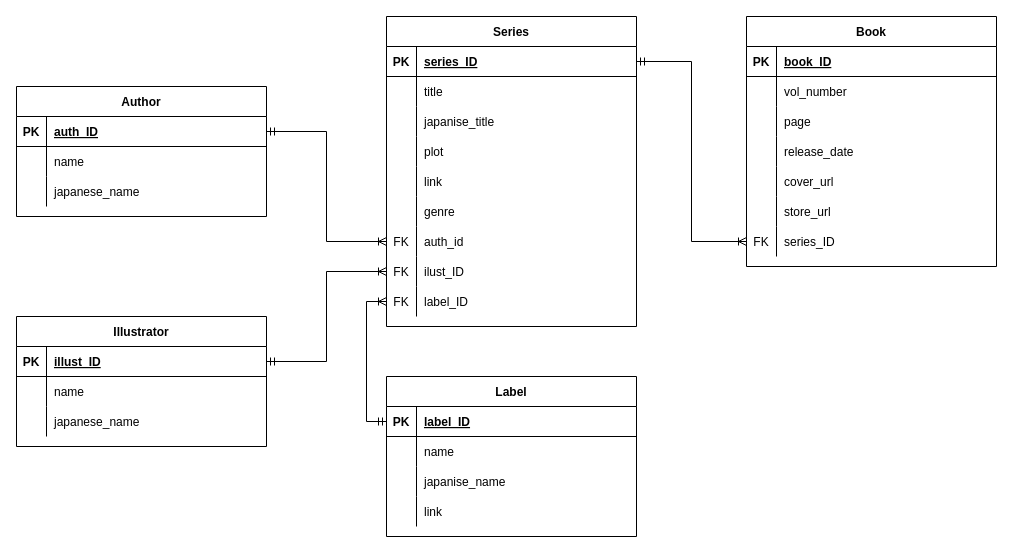
Above: page "Table" (2 of 2) of wiki/Diagrams.drawio in alvarodwi/project-datsys (draw.io), before the change. Source tidied: cells renumbered, new cells numbered last; positions are measured from the earlier drawing's top-left corner, leaving out a move shared by most shapes. Both pictures are drawn from the tidied source at 100%, with x=0, y=0 at pixel (16, 16).
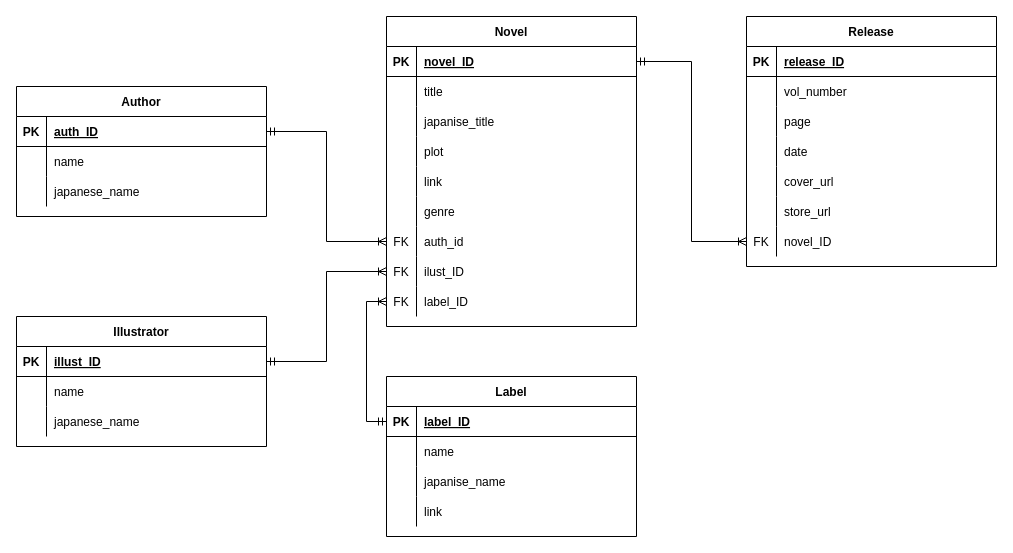
The same page after the edit.

The change refers to these unchanged cells:
```xml
<mxCell id="3" style="shape=partialRectangle;fillColor=none;points=[[0,0.5],[1,0.5]];portConstraint=eastwest;top=0;left=0;right=0;bottom=1;" parent="2" vertex="1">
  <mxGeometry y="30" width="250" height="30" as="geometry" />
</mxCell>
<mxCell id="64" style="shape=partialRectangle;fillColor=none;top=0;left=0;right=0;bottom=1;" parent="63" vertex="1">
  <mxGeometry y="30" width="250" height="30" as="geometry" />
</mxCell>
<mxCell id="73" style="shape=partialRectangle;fillColor=none;top=0;left=0;right=0;bottom=0;" parent="63" vertex="1">
  <mxGeometry y="120" width="250" height="30" as="geometry" />
</mxCell>
<mxCell id="82" style="shape=partialRectangle;fillColor=none;points=[[0,0.5],[1,0.5]];portConstraint=eastwest;top=0;left=0;right=0;bottom=0;" parent="63" vertex="1">
  <mxGeometry y="210" width="250" height="30" as="geometry" />
</mxCell>
```

The edit, as a diff of the source:
```diff
@@
-    <mxCell id="2" value="Series" style="shape=table;startSize=30;childLayout=tableLayout;rowLines=0;fontStyle=1;align=center;" parent="1" vertex="1">
+    <mxCell id="2" value="Novel" style="shape=table;startSize=30;childLayout=tableLayout;rowLines=0;fontStyle=1;align=center;" parent="1" vertex="1">
       <mxGeometry x="370" width="250" height="310" as="geometry" />
     </mxCell>
@@
-    <mxCell id="5" value="series_ID" style="shape=partialRectangle;overflow=hidden;fillColor=none;top=0;left=0;bottom=0;right=0;align=left;spacingLeft=6;fontStyle=5;" parent="3" vertex="1">
+    <mxCell id="5" value="novel_ID" style="shape=partialRectangle;overflow=hidden;fillColor=none;top=0;left=0;bottom=0;right=0;align=left;spacingLeft=6;fontStyle=5;" parent="3" vertex="1">
       <mxGeometry x="30" width="220" height="30" as="geometry" />
     </mxCell>
@@
-    <mxCell id="63" value="Book" style="shape=table;startSize=30;childLayout=tableLayout;rowLines=0;fontStyle=1;align=center;" parent="1" vertex="1">
+    <mxCell id="63" value="Release" style="shape=table;startSize=30;childLayout=tableLayout;rowLines=0;fontStyle=1;align=center;" parent="1" vertex="1">
       <mxGeometry x="730" width="250" height="250" as="geometry" />
     </mxCell>
@@
-    <mxCell id="66" value="book_ID" style="shape=partialRectangle;overflow=hidden;fillColor=none;top=0;left=0;bottom=0;right=0;align=left;spacingLeft=6;fontStyle=5;" parent="64" vertex="1">
+    <mxCell id="66" value="release_ID" style="shape=partialRectangle;overflow=hidden;fillColor=none;top=0;left=0;bottom=0;right=0;align=left;spacingLeft=6;fontStyle=5;" parent="64" vertex="1">
       <mxGeometry x="30" width="220" height="30" as="geometry" />
     </mxCell>
@@
-    <mxCell id="75" value="release_date" style="shape=partialRectangle;overflow=hidden;fillColor=none;top=0;left=0;bottom=0;right=0;align=left;spacingLeft=6;" parent="73" vertex="1">
+    <mxCell id="75" value="date" style="shape=partialRectangle;overflow=hidden;fillColor=none;top=0;left=0;bottom=0;right=0;align=left;spacingLeft=6;" parent="73" vertex="1">
       <mxGeometry x="30" width="220" height="30" as="geometry" />
     </mxCell>
@@
-    <mxCell id="84" value="series_ID" style="shape=partialRectangle;overflow=hidden;fillColor=none;top=0;left=0;bottom=0;right=0;align=left;spacingLeft=6;" parent="82" vertex="1">
+    <mxCell id="84" value="novel_ID" style="shape=partialRectangle;overflow=hidden;fillColor=none;top=0;left=0;bottom=0;right=0;align=left;spacingLeft=6;" parent="82" vertex="1">
       <mxGeometry x="30" width="220" height="30" as="geometry" />
     </mxCell>
```
